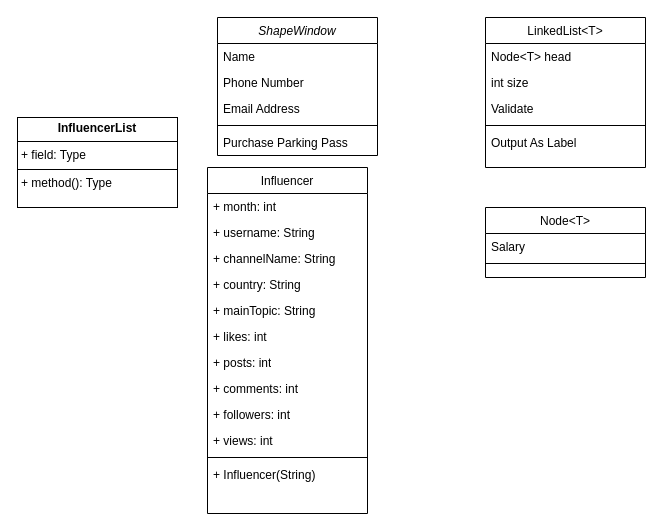
Earlier version of the draw.io diagram Project5_UML.drawio (joshuap00/Prj5_UML). Source tidied: cells renumbered, new cells numbered last; positions are measured from the earlier drawing's top-left corner, leaving out a move shared by most shapes. Both pictures are drawn from the tidied source at 100%, with x=0, y=0 at pixel (17, 17).
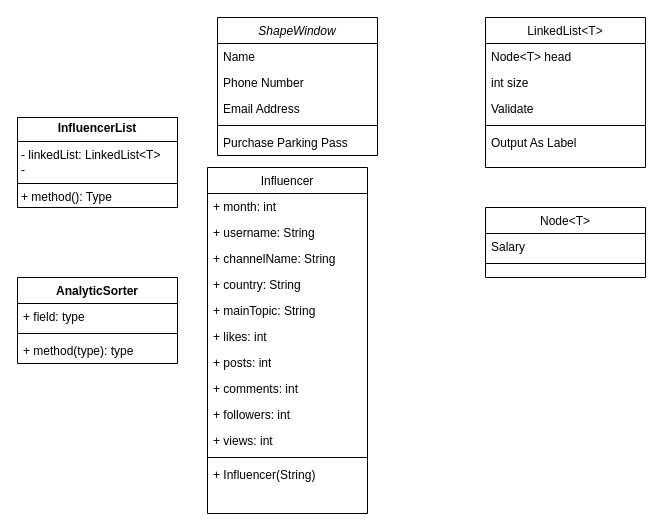
The same page after the edit.

The edit, as a diff of the source:
```diff
@@
-    <mxCell id="30" value="&lt;p style=&quot;margin:0px;margin-top:4px;text-align:center;&quot;&gt;&lt;b&gt;InfluencerList&lt;/b&gt;&lt;/p&gt;&lt;hr size=&quot;1&quot; style=&quot;border-style:solid;&quot;&gt;&lt;p style=&quot;margin:0px;margin-left:4px;&quot;&gt;+ field: Type&lt;/p&gt;&lt;hr size=&quot;1&quot; style=&quot;border-style:solid;&quot;&gt;&lt;p style=&quot;margin:0px;margin-left:4px;&quot;&gt;+ method(): Type&lt;/p&gt;" style="verticalAlign=top;align=left;overflow=fill;html=1;whiteSpace=wrap;" parent="1" vertex="1">
+    <mxCell id="30" value="&lt;p style=&quot;margin:0px;margin-top:4px;text-align:center;&quot;&gt;&lt;b&gt;InfluencerList&lt;/b&gt;&lt;/p&gt;&lt;hr size=&quot;1&quot; style=&quot;border-style:solid;&quot;&gt;&lt;p style=&quot;margin:0px;margin-left:4px;&quot;&gt;- linkedList: LinkedList&amp;lt;T&amp;gt;&lt;/p&gt;&lt;p style=&quot;margin:0px;margin-left:4px;&quot;&gt;-&amp;nbsp;&lt;/p&gt;&lt;hr size=&quot;1&quot; style=&quot;border-style:solid;&quot;&gt;&lt;p style=&quot;margin:0px;margin-left:4px;&quot;&gt;+ method(): Type&lt;/p&gt;" style="verticalAlign=top;align=left;overflow=fill;html=1;whiteSpace=wrap;" parent="1" vertex="1">
       <mxGeometry y="100" width="160" height="90" as="geometry" />
     </mxCell>
+    <mxCell id="31" value="AnalyticSorter" style="swimlane;fontStyle=1;align=center;verticalAlign=top;horizontal=1;startSize=26;whiteSpace=wrap;html=1;" parent="1" vertex="1">
+      <mxGeometry y="260" width="160" height="86" as="geometry" />
+    </mxCell>
+    <mxCell id="32" value="+ field: type" style="text;strokeColor=none;fillColor=none;align=left;verticalAlign=top;spacingLeft=4;spacingRight=4;overflow=hidden;whiteSpace=wrap;html=1;" parent="31" vertex="1">
+      <mxGeometry y="26" width="160" height="26" as="geometry" />
+    </mxCell>
+    <mxCell id="33" style="line;strokeWidth=1;fillColor=none;align=left;verticalAlign=middle;spacingTop=-1;spacingLeft=3;spacingRight=3;labelPosition=right;strokeColor=inherit;" parent="31" vertex="1">
+      <mxGeometry y="52" width="160" height="8" as="geometry" />
+    </mxCell>
+    <mxCell id="34" value="+ method(type): type" style="text;strokeColor=none;fillColor=none;align=left;verticalAlign=top;spacingLeft=4;spacingRight=4;overflow=hidden;whiteSpace=wrap;html=1;" parent="31" vertex="1">
+      <mxGeometry y="60" width="160" height="26" as="geometry" />
+    </mxCell>
```
